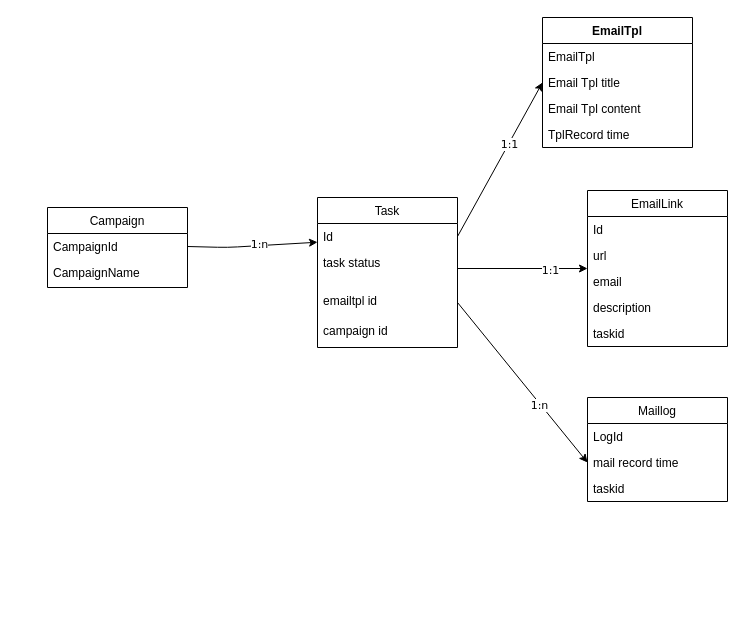
Before: doc/class.drawio in robertzengcn/marketing, a draw.io diagram. Source tidied: cells renumbered, new cells numbered last; positions are measured from the earlier drawing's top-left corner, leaving out a move shared by most shapes. Both pictures are drawn from the tidied source at 100%, with x=0, y=0 at pixel (47, 17).
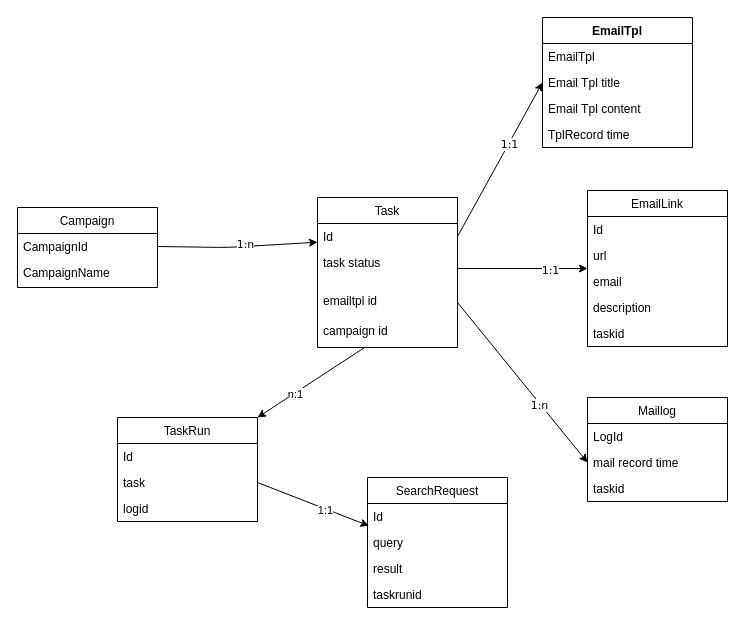
Above is the later version.

Unchanged cells that the change refers to:
```xml
<mxCell id="24" value="campaign id" style="text;strokeColor=none;fillColor=none;align=left;verticalAlign=top;spacingLeft=4;spacingRight=4;overflow=hidden;points=[[0,0.5],[1,0.5]];portConstraint=eastwest;" parent="20" vertex="1">
  <mxGeometry y="120" width="140" height="30" as="geometry" />
</mxCell>
```

Change to the diagram source:
```diff
@@
     <mxCell id="2" value="Campaign" style="swimlane;fontStyle=0;horizontal=1;startSize=26;fillColor=none;" parent="1" vertex="1">
-      <mxGeometry y="190" width="140" height="80" as="geometry" />
+      <mxGeometry x="-30" y="190" width="140" height="80" as="geometry" />
     </mxCell>
@@
+    <mxCell id="33" value="TaskRun" style="swimlane;fontStyle=0;horizontal=1;startSize=26;fillColor=none;" parent="1" vertex="1">
+      <mxGeometry x="70" y="400" width="140" height="104" as="geometry" />
+    </mxCell>
+    <mxCell id="34" value="Id" style="text;strokeColor=none;fillColor=none;align=left;verticalAlign=top;spacingLeft=4;spacingRight=4;overflow=hidden;" parent="33" vertex="1">
+      <mxGeometry y="26" width="140" height="26" as="geometry" />
+    </mxCell>
+    <mxCell id="35" value="task" style="text;strokeColor=none;fillColor=none;align=left;verticalAlign=top;spacingLeft=4;spacingRight=4;overflow=hidden;points=[[0,0.5],[1,0.5]];portConstraint=eastwest;" parent="33" vertex="1">
+      <mxGeometry y="52" width="140" height="26" as="geometry" />
+    </mxCell>
+    <mxCell id="36" value="logid" style="text;strokeColor=none;fillColor=none;align=left;verticalAlign=top;spacingLeft=4;spacingRight=4;overflow=hidden;" parent="33" vertex="1">
+      <mxGeometry y="78" width="140" height="26" as="geometry" />
+    </mxCell>
+    <mxCell id="37" style="edgeStyle=none;html=1;entryX=1;entryY=0;entryDx=0;entryDy=0;" parent="1" edge="1" source="24" target="33">
+      <mxGeometry relative="1" as="geometry" />
+    </mxCell>
+    <mxCell id="38" value="n:1" style="edgeLabel;html=1;align=center;verticalAlign=middle;" parent="37" vertex="1">
+      <mxGeometry x="0.31" y="1" relative="1" as="geometry" />
+    </mxCell>
+    <mxCell id="39" value="SearchRequest" style="swimlane;fontStyle=0;horizontal=1;startSize=26;fillColor=none;" parent="1" vertex="1">
+      <mxGeometry x="320" y="460" width="140" height="130" as="geometry" />
+    </mxCell>
+    <mxCell id="40" value="Id" style="text;strokeColor=none;fillColor=none;align=left;verticalAlign=top;spacingLeft=4;spacingRight=4;overflow=hidden;points=[[0,0.5],[1,0.5]];portConstraint=eastwest;" parent="39" vertex="1">
+      <mxGeometry y="26" width="140" height="26" as="geometry" />
+    </mxCell>
+    <mxCell id="41" value="query" style="text;strokeColor=none;fillColor=none;align=left;verticalAlign=top;spacingLeft=4;spacingRight=4;overflow=hidden;" parent="39" vertex="1">
+      <mxGeometry y="52" width="140" height="26" as="geometry" />
+    </mxCell>
+    <mxCell id="42" value="result" style="text;strokeColor=none;fillColor=none;align=left;verticalAlign=top;spacingLeft=4;spacingRight=4;overflow=hidden;" parent="39" vertex="1">
+      <mxGeometry y="78" width="140" height="26" as="geometry" />
+    </mxCell>
+    <mxCell id="43" value="taskrunid" style="text;strokeColor=none;fillColor=none;align=left;verticalAlign=top;spacingLeft=4;spacingRight=4;overflow=hidden;" parent="39" vertex="1">
+      <mxGeometry y="104" width="140" height="26" as="geometry" />
+    </mxCell>
+    <mxCell id="44" style="edgeStyle=none;html=1;exitX=1;exitY=0.5;exitDx=0;exitDy=0;entryX=0.01;entryY=0.859;entryDx=0;entryDy=0;entryPerimeter=0;" parent="1" edge="1" source="35" target="40">
+      <mxGeometry relative="1" as="geometry" />
+    </mxCell>
+    <mxCell id="45" value="1:1" style="edgeLabel;html=1;align=center;verticalAlign=middle;" parent="44" vertex="1">
+      <mxGeometry x="0.22" y="-1" relative="1" as="geometry" />
+    </mxCell>
```
